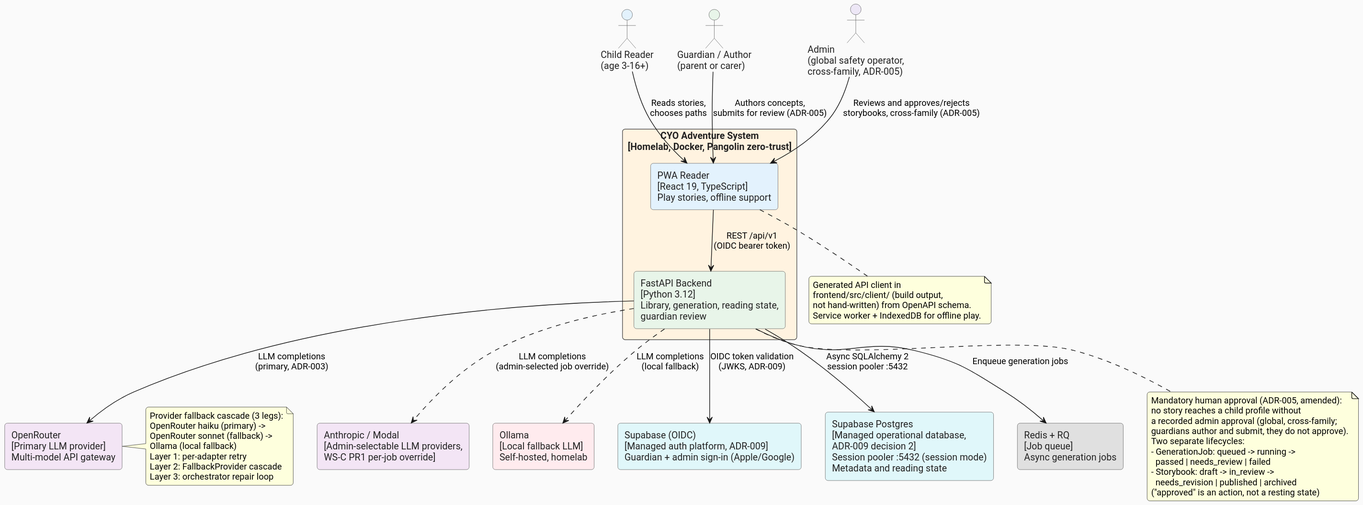
Earlier version of the PlantUML export docs/architecture/diagrams/c4-context.svg (ByronWilliamsCPA/cyo-adventure).
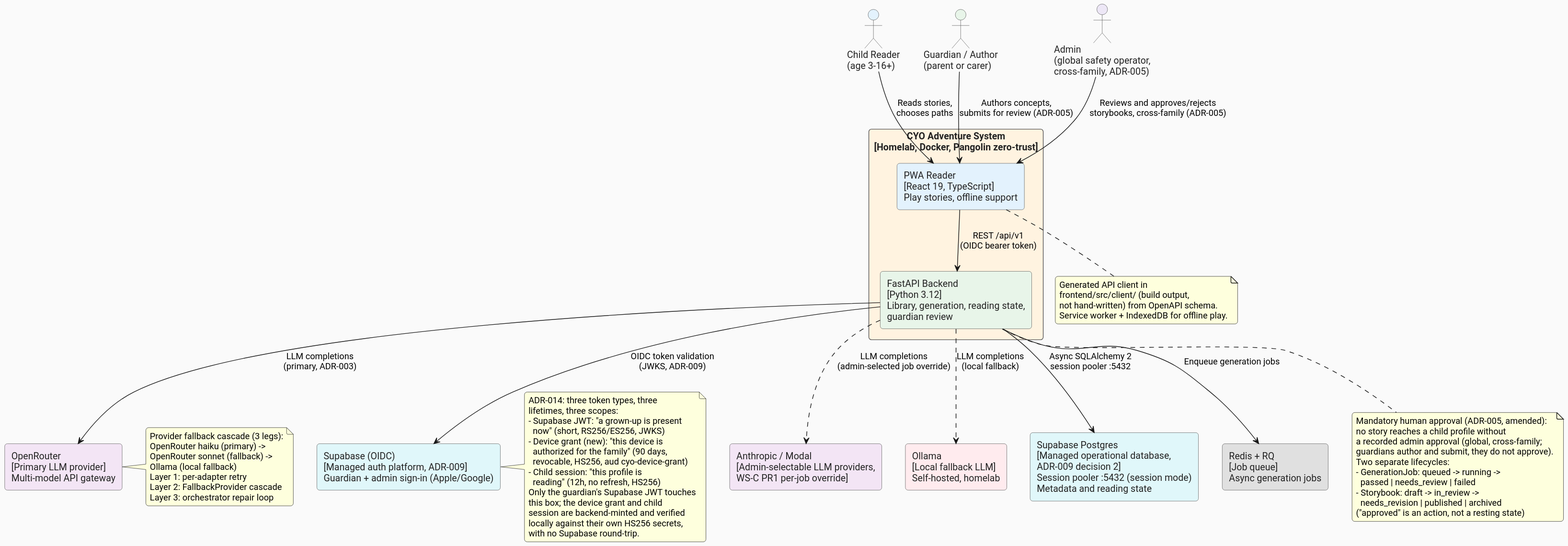
Later version of the same file.

Diff of the diagram source:
```diff
@@ -72,4 +72,21 @@
     needs_revision | published | archived
   ("approved" is an action, not a resting state)
 end note
+
+note right of supabase_auth
+  ADR-014: three token types, three
+  lifetimes, three scopes:
+  - Supabase JWT: "a grown-up is present
+    now" (short, RS256/ES256, JWKS)
+  - Device grant (new): "this device is
+    authorized for the family" (90 days,
+    revocable, HS256, aud cyo-device-grant)
+  - Child session: "this profile is
+    reading" (12h, no refresh, HS256)
+  Only the guardian's Supabase JWT touches
+  this box; the device grant and child
+  session are backend-minted and verified
+  locally against their own HS256 secrets,
+  with no Supabase round-trip.
+end note
 @enduml
```
